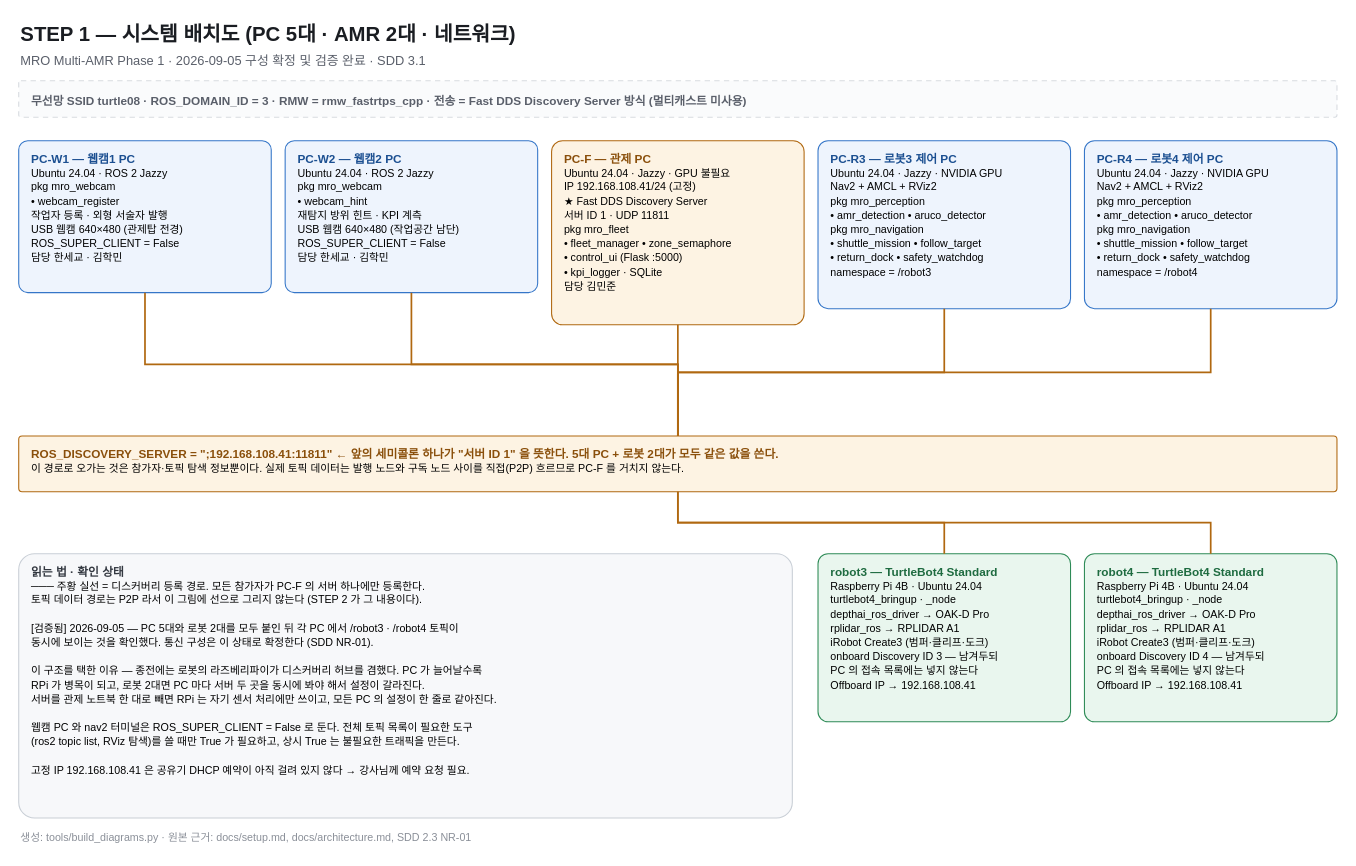
Earlier version of the draw.io diagram page "STEP1 배치도" (1 of 4) of docs/diagrams/mro_design_diagrams.drawio (Jik-Kim/mro-multi-amr). Source tidied: cells renumbered, new cells numbered last; positions are measured from the earlier drawing's top-left corner, leaving out a move shared by most shapes. Both pictures are drawn from the tidied source at 107%, with x=0, y=0 at pixel (18, 18).
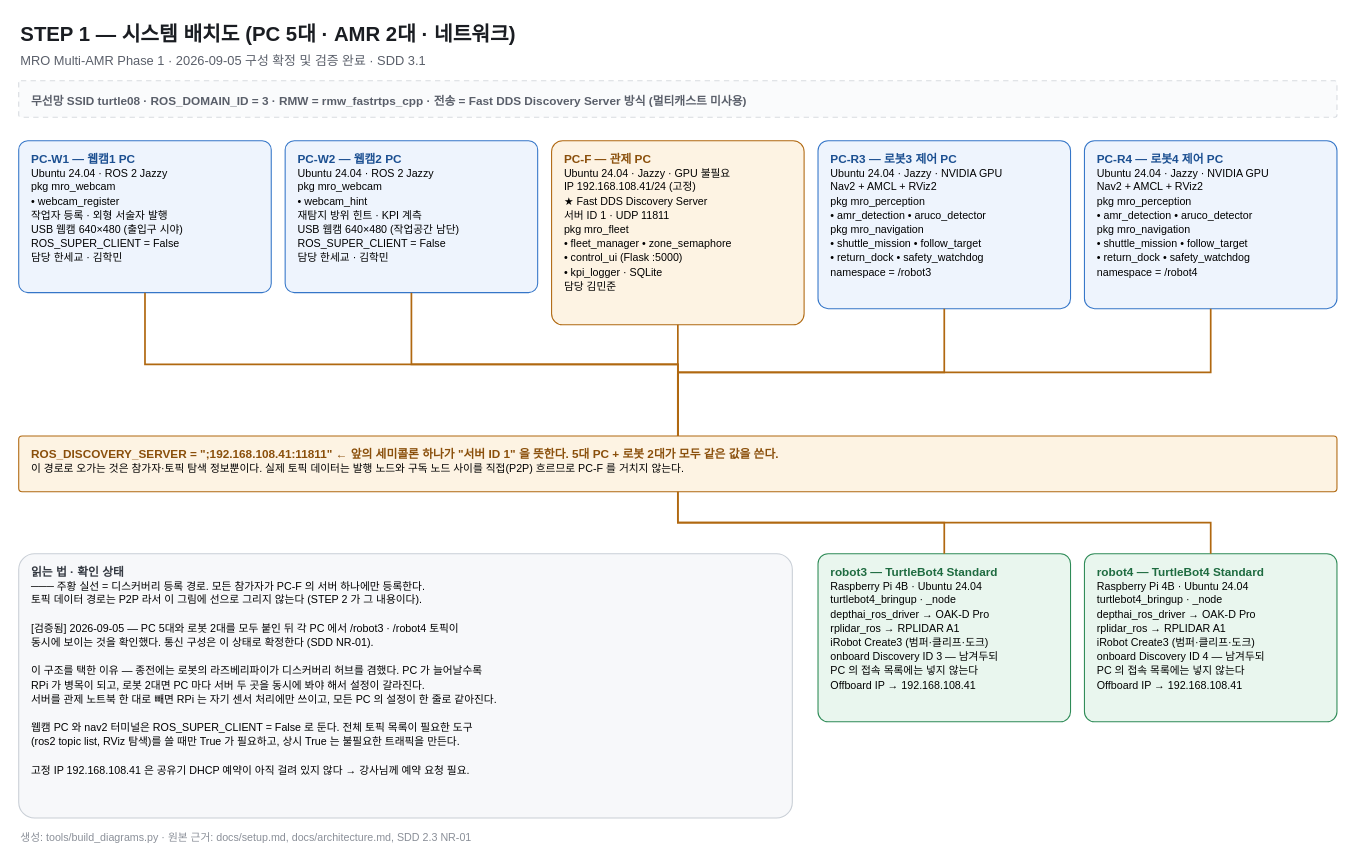
Above is the later version.

Change to the diagram source:
```diff
@@
-    <mxCell id="5" value="&lt;b&gt;&lt;font color=&quot;#1B4F91&quot;&gt;PC-W1 — 웹캠1 PC&lt;/font&gt;&lt;/b&gt;&lt;br&gt;&lt;font style=&quot;font-size:10px&quot;&gt;Ubuntu 24.04 · ROS 2 Jazzy&lt;/font&gt;&lt;br&gt;&lt;font style=&quot;font-size:10px&quot;&gt;pkg  mro_webcam&lt;/font&gt;&lt;br&gt;&lt;font style=&quot;font-size:10px&quot;&gt;• webcam_register&lt;/font&gt;&lt;br&gt;&lt;font style=&quot;font-size:10px&quot;&gt;   작업자 등록 · 외형 서술자 발행&lt;/font&gt;&lt;br&gt;&lt;font style=&quot;font-size:10px&quot;&gt;USB 웹캠 640×480 (관제탑 전경)&lt;/font&gt;&lt;br&gt;&lt;font style=&quot;font-size:10px&quot;&gt;ROS_SUPER_CLIENT = False&lt;/font&gt;&lt;br&gt;&lt;font style=&quot;font-size:10px&quot;&gt;담당  한세교 · 김학민&lt;/font&gt;" style="rounded=1;arcSize=6;whiteSpace=wrap;html=1;fillColor=#EEF4FD;strokeColor=#3576C8;align=left;spacingLeft=10;verticalAlign=top;spacingTop=4;fontFamily=Noto Sans KR;fontSize=11;dashed=0;" parent="1" vertex="1">
+    <mxCell id="5" value="&lt;b&gt;&lt;font color=&quot;#1B4F91&quot;&gt;PC-W1 — 웹캠1 PC&lt;/font&gt;&lt;/b&gt;&lt;br&gt;&lt;font style=&quot;font-size:10px&quot;&gt;Ubuntu 24.04 · ROS 2 Jazzy&lt;/font&gt;&lt;br&gt;&lt;font style=&quot;font-size:10px&quot;&gt;pkg  mro_webcam&lt;/font&gt;&lt;br&gt;&lt;font style=&quot;font-size:10px&quot;&gt;• webcam_register&lt;/font&gt;&lt;br&gt;&lt;font style=&quot;font-size:10px&quot;&gt;   작업자 등록 · 외형 서술자 발행&lt;/font&gt;&lt;br&gt;&lt;font style=&quot;font-size:10px&quot;&gt;USB 웹캠 640×480 (출입구 시야)&lt;/font&gt;&lt;br&gt;&lt;font style=&quot;font-size:10px&quot;&gt;ROS_SUPER_CLIENT = False&lt;/font&gt;&lt;br&gt;&lt;font style=&quot;font-size:10px&quot;&gt;담당  한세교 · 김학민&lt;/font&gt;" style="rounded=1;arcSize=6;whiteSpace=wrap;html=1;fillColor=#EEF4FD;strokeColor=#3576C8;align=left;spacingLeft=10;verticalAlign=top;spacingTop=4;fontFamily=Noto Sans KR;fontSize=11;dashed=0;" parent="1" vertex="1">
       <mxGeometry y="114" width="236" height="142" as="geometry" />
     </mxCell>
```
